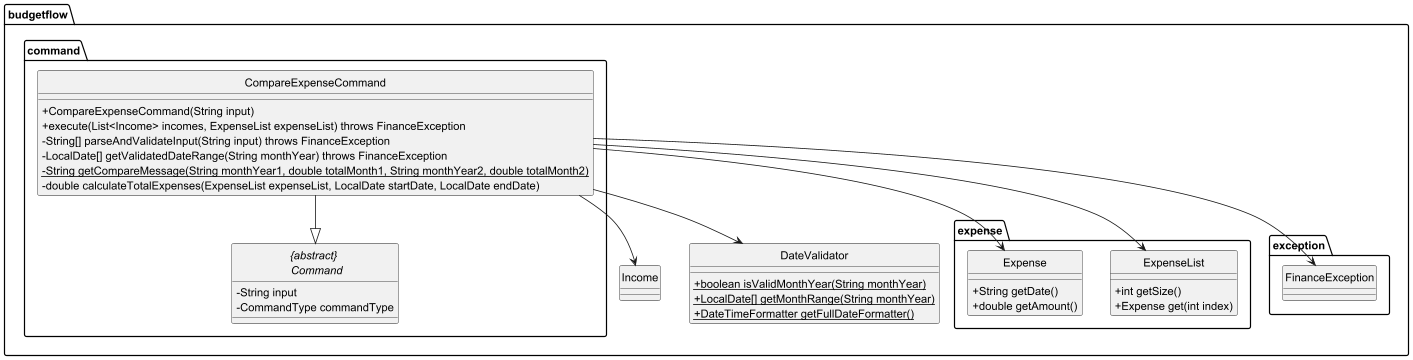
Before: docs/diagrams/CompareExpenseCommandClass.png, a diagram exported from PlantUML (thienkimtranhoang/tp).
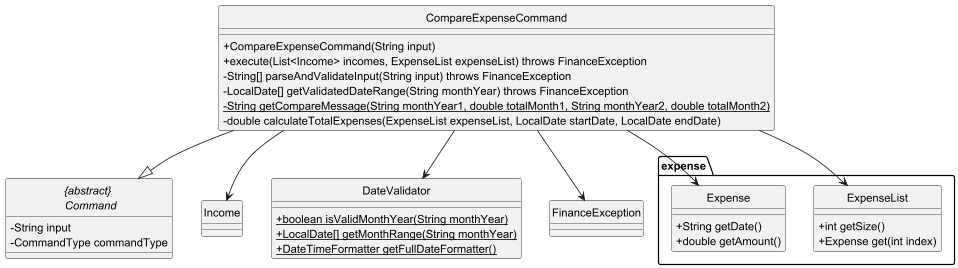
The same diagram one commit later.

Commit message:
update class diagrams to include less irrelevant details about packages

Diff of the diagram source:
```diff
@@ -3,8 +3,7 @@
 hide circle
 skinparam classAttributeIconSize 0
 
-package budgetflow{
-    package budgetflow.command{
+
         class CompareExpenseCommand {
             + CompareExpenseCommand(String input)
             + execute(List<Income> incomes, ExpenseList expenseList) throws FinanceException
@@ -13,14 +12,12 @@
             - {static} String getCompareMessage(String monthYear1, double totalMonth1, String monthYear2, double totalMonth2)
             - double calculateTotalExpenses(ExpenseList expenseList, LocalDate startDate, LocalDate endDate)
         }
+            abstract class "{abstract} \n Command" {
+                - String input
+                - CommandType commandType
+            }
 
-        abstract class "{abstract} \n Command" {
-            - String input
-            - CommandType commandType
-        }
-    }
-
-    package budgetflow.expense{
+    package expense{
         class ExpenseList {
             + int getSize()
             + Expense get(int index)
@@ -40,10 +37,10 @@
         + {static} DateTimeFormatter getFullDateFormatter()
     }
 
-    package budgetflow.exception{
+
         class FinanceException{}
-    }
-}
+
+
 
 CompareExpenseCommand --|> "{abstract} \n Command"
 CompareExpenseCommand --> ExpenseList
```
